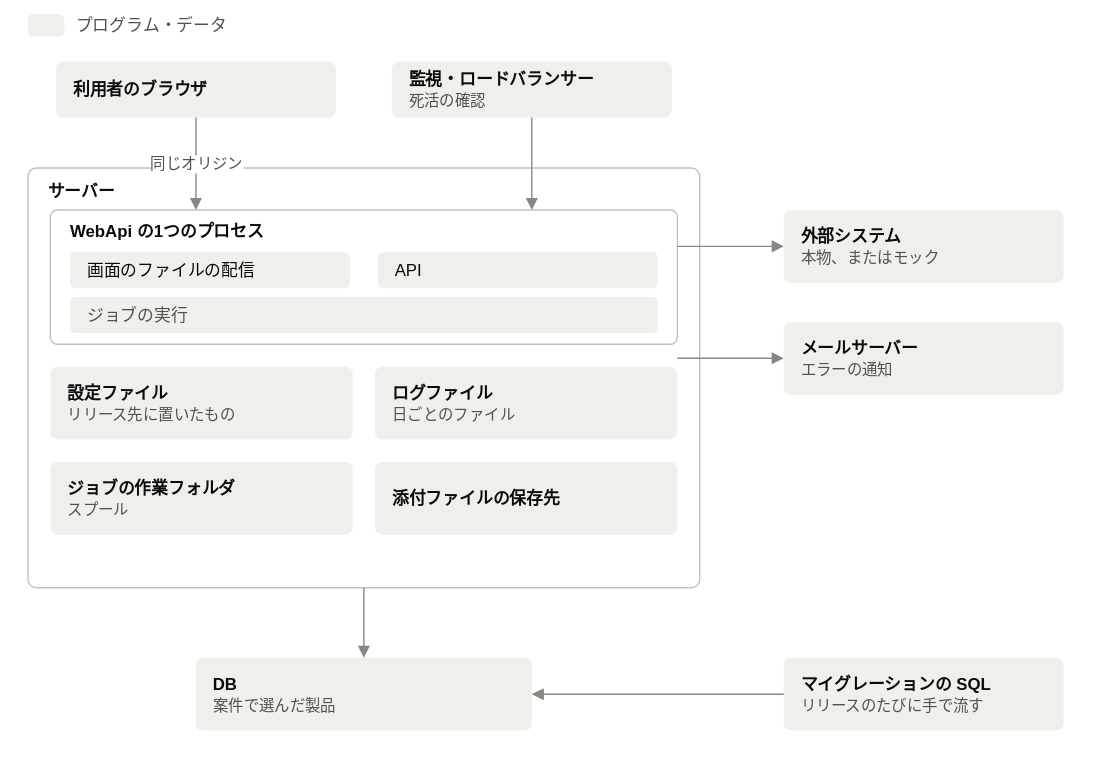
Earlier version of the draw.io export demo/101_販売管理システム/標準仕様書/images/実行環境_本番環境.drawio.svg (halllky/NijoAppScaffold). Source tidied: cells renumbered, new cells last; positions are measured from the earlier drawing's top-left corner, leaving out a move shared by most shapes.
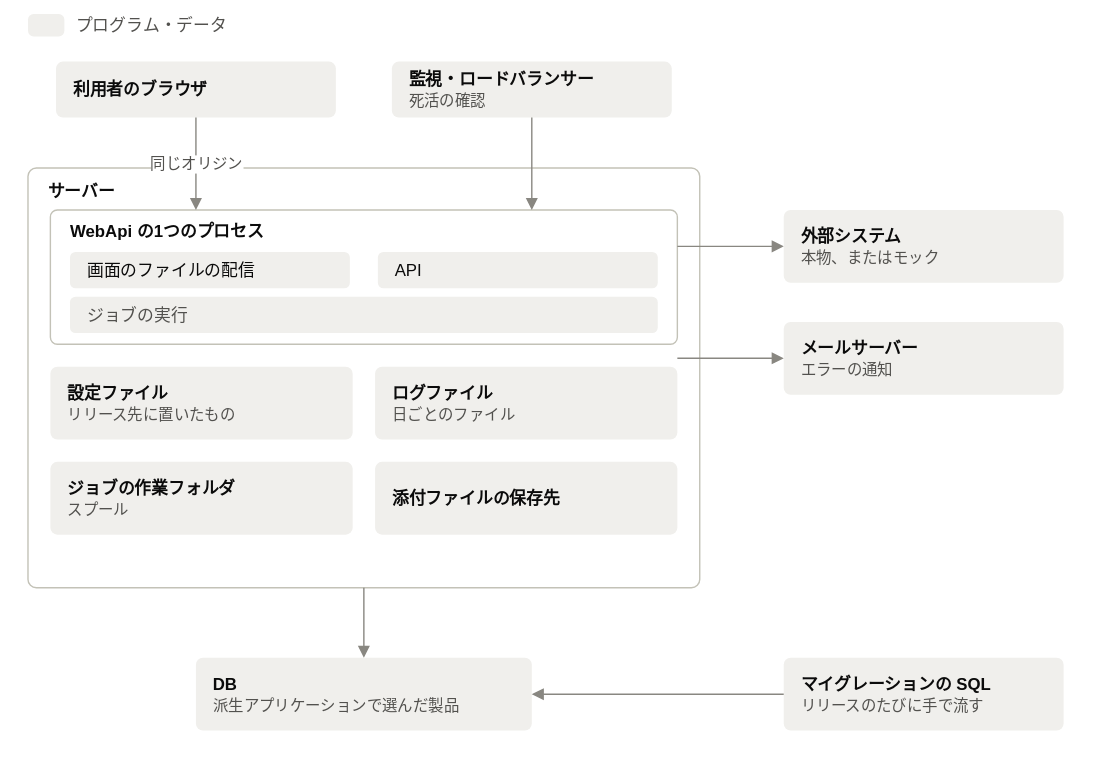
The same diagram one commit later.

What changed in the source:
```diff
@@ -89,7 +89,7 @@
     <mxCell id="28" style="rounded=1;absoluteArcSize=1;arcSize=10;html=1;fillColor=#f0efec;strokeColor=none;strokeWidth=1;" parent="1" vertex="1">
       <mxGeometry x="120" y="460" width="240" height="52" as="geometry" />
     </mxCell>
-    <mxCell id="29" value="&lt;b&gt;DB&lt;/b&gt;&lt;br&gt;&lt;span style=&quot;color:light-dark(#52514e, #a7a7a4);font-size:11px&quot;&gt;案件で選んだ製品&lt;/span&gt;" style="text;html=1;align=left;verticalAlign=middle;fontSize=12;fontColor=#0b0b0b;fontStyle=0;spacing=0;whiteSpace=wrap;" parent="1" vertex="1">
+    <mxCell id="29" value="&lt;b&gt;DB&lt;/b&gt;&lt;br&gt;&lt;span style=&quot;color:light-dark(#52514e, #a7a7a4);font-size:11px&quot;&gt;派生アプリケーションで選んだ製品&lt;/span&gt;" style="text;html=1;align=left;verticalAlign=middle;fontSize=12;fontColor=#0b0b0b;fontStyle=0;spacing=0;whiteSpace=wrap;" parent="1" vertex="1">
       <mxGeometry x="132" y="460" width="216" height="52" as="geometry" />
     </mxCell>
     <mxCell id="30" style="html=1;rounded=0;endArrow=block;endFill=1;endSize=6;startArrow=none;strokeColor=#898781;strokeWidth=1;fontSize=11;fontColor=#52514e;labelBackgroundColor=#ffffff;" parent="1" edge="1">
```
